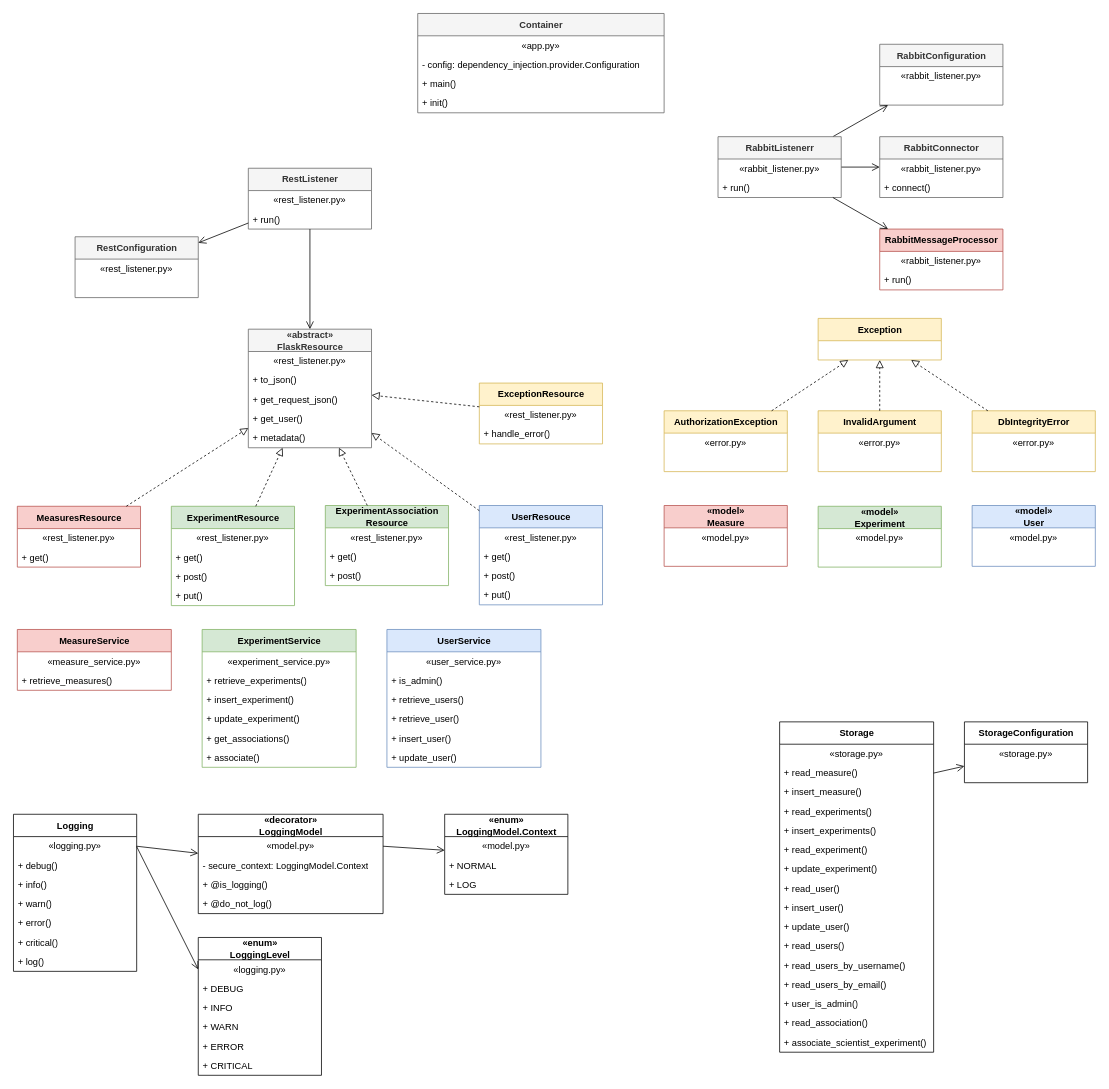
Above: page "class diagram" (2 of 4) of README-notes/components.drawio in alros-essex/ssdcs-assignment (draw.io), before the change. Source tidied: cells renumbered, new cells numbered last; positions are measured from the earlier drawing's top-left corner, leaving out a move shared by most shapes. Both pictures are drawn from the tidied source at 77%, with x=0, y=0 at pixel (13, 13).
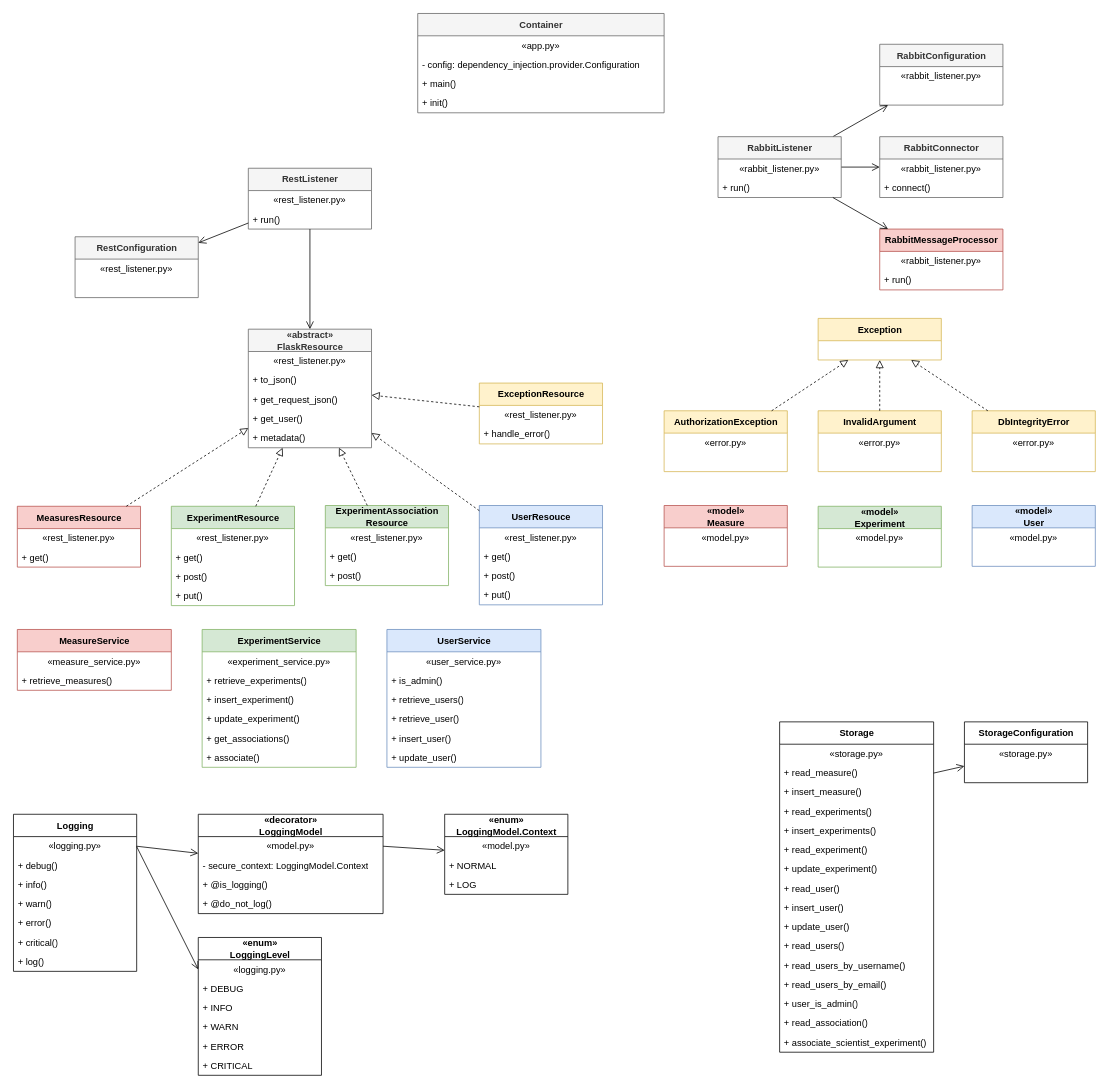
Above is the later version.

Change to the diagram source:
```diff
@@
-    <mxCell id="144" value="RabbitListenerr" style="swimlane;fontStyle=1;align=center;verticalAlign=middle;horizontal=1;startSize=29;html=1;fillColor=#f5f5f5;strokeColor=#666666;fontColor=#333333;" parent="1" vertex="1">
+    <mxCell id="144" value="RabbitListener" style="swimlane;fontStyle=1;align=center;verticalAlign=middle;horizontal=1;startSize=29;html=1;fillColor=#f5f5f5;strokeColor=#666666;fontColor=#333333;" parent="1" vertex="1">
       <mxGeometry x="915" y="160" width="160" height="79" as="geometry" />
     </mxCell>
```
